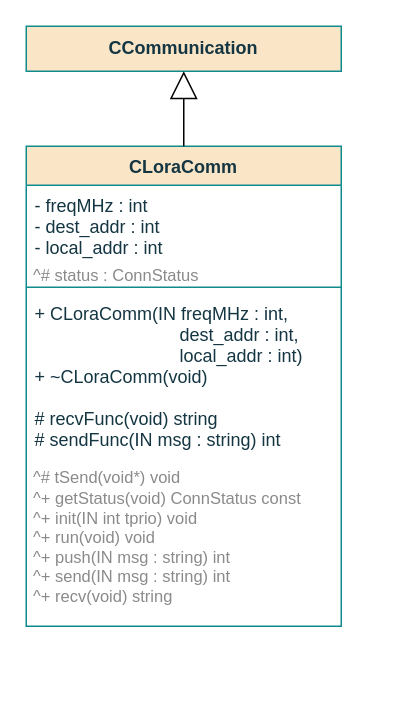
This is page "Class" (1 of 4) of documentation/flowcharts/02Classes/CLoraComm.drawio from ESRGgroup9/slipad, a draw.io file, before an edit. Source tidied: cells renumbered, new cells numbered last; positions are measured from the earlier drawing's top-left corner, leaving out a move shared by most shapes. Both pictures are drawn from the tidied source at 150%, with x=0, y=0 at pixel (26, 26).
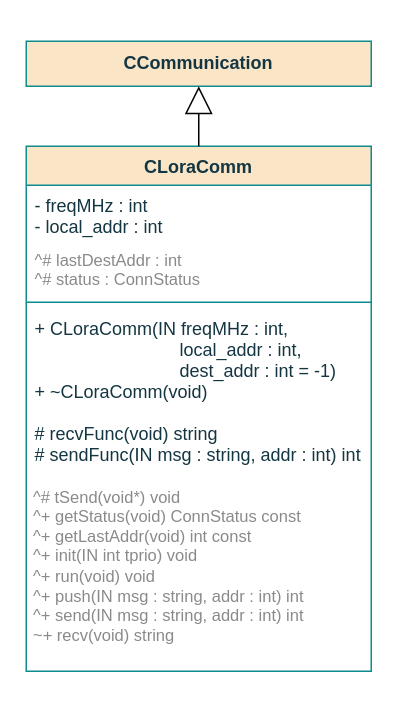
After the change.

Diff of the diagram source:
```diff
@@
 <mxGraphModel>
   <root>
     <mxCell id="0" />
     <mxCell id="1" parent="0" />
     <mxCell id="2" value="CLoraComm" style="swimlane;fontStyle=1;align=center;verticalAlign=top;horizontal=1;startSize=26;fillColor=#FAE5C7;strokeColor=#0F8B8D;fontColor=#143642;" parent="1" vertex="1">
-      <mxGeometry y="80" width="210" height="320" as="geometry" />
+      <mxGeometry y="80" width="230" height="350" as="geometry" />
     </mxCell>
-    <mxCell id="3" value="- freqMHz : int&#10;- dest_addr : int&#10;- local_addr : int&#10;&#10;&#10;&#10;&#10;&#10;" style="text;strokeColor=none;fillColor=none;align=left;verticalAlign=top;spacingLeft=4;spacingRight=4;overflow=hidden;fontColor=#143642;" parent="2" vertex="1">
-      <mxGeometry y="26" width="210" height="64" as="geometry" />
+    <mxCell id="3" value="- freqMHz : int&#10;- local_addr : int&#10;&#10;&#10;&#10;&#10;&#10;" style="text;strokeColor=none;fillColor=none;align=left;verticalAlign=top;spacingLeft=4;spacingRight=4;overflow=hidden;fontColor=#143642;" parent="2" vertex="1">
+      <mxGeometry y="26" width="230" height="74" as="geometry" />
     </mxCell>
     <mxCell id="4" style="line;strokeWidth=1;fillColor=none;align=left;verticalAlign=middle;spacingTop=-1;spacingLeft=3;spacingRight=3;labelPosition=right;labelBackgroundColor=#DAD2D8;strokeColor=#0F8B8D;fontColor=#143642;" parent="2" vertex="1">
-      <mxGeometry y="90" width="210" height="8" as="geometry" />
+      <mxGeometry y="100" width="230" height="8" as="geometry" />
     </mxCell>
-    <mxCell id="5" value="+ CLoraComm(IN freqMHz : int,&#10;                             dest_addr : int,&#10;                             local_addr : int)&#10;+ ~CLoraComm(void)&#10;&#10;# recvFunc(void) string&#10;# sendFunc(IN msg : string) int &#10;&#10;&#10;&#10;" style="text;strokeColor=none;fillColor=none;align=left;verticalAlign=top;spacingLeft=4;spacingRight=4;overflow=hidden;fontColor=#143642;" parent="2" vertex="1">
-      <mxGeometry y="98" width="210" height="222" as="geometry" />
+    <mxCell id="5" value="+ CLoraComm(IN freqMHz : int,&#10;                             local_addr : int,&#10;                             dest_addr : int = -1)&#10;+ ~CLoraComm(void)&#10;&#10;# recvFunc(void) string&#10;# sendFunc(IN msg : string, addr : int) int &#10;&#10;&#10;&#10;" style="text;strokeColor=none;fillColor=none;align=left;verticalAlign=top;spacingLeft=4;spacingRight=4;overflow=hidden;fontColor=#143642;" parent="2" vertex="1">
+      <mxGeometry y="108" width="230" height="242" as="geometry" />
     </mxCell>
     <mxCell id="6" value="CCommunication" style="rounded=0;whiteSpace=wrap;html=1;sketch=0;fontColor=#143642;strokeColor=#0F8B8D;fillColor=#FAE5C7;fontStyle=1;" parent="1" vertex="1">
-      <mxGeometry width="210" height="30" as="geometry" />
+      <mxGeometry y="10" width="230" height="30" as="geometry" />
     </mxCell>
     <mxCell id="7" style="endArrow=block;endSize=16;endFill=0;html=1;rounded=0;exitX=0.5;exitY=0;exitDx=0;exitDy=0;entryX=0.5;entryY=1;entryDx=0;entryDy=0;" parent="1" edge="1" source="2" target="6">
       <mxGeometry relative="1" as="geometry" />
     </mxCell>
-    <mxCell id="8" value="&lt;div style=&quot;font-size: 11px&quot;&gt;&lt;font style=&quot;font-size: 11px&quot; color=&quot;#8A8A8A&quot;&gt;^# tSend(void*) void&lt;br&gt;&lt;/font&gt;&lt;/div&gt;&lt;div style=&quot;font-size: 11px&quot;&gt;&lt;font style=&quot;font-size: 11px&quot; color=&quot;#8A8A8A&quot;&gt;^+ getStatus(void) ConnStatus const&lt;br style=&quot;font-size: 11px&quot;&gt;&lt;/font&gt;&lt;/div&gt;&lt;div style=&quot;font-size: 11px&quot;&gt;&lt;div style=&quot;font-size: 11px&quot;&gt;&lt;font style=&quot;font-size: 11px&quot; color=&quot;#8A8A8A&quot;&gt;^+ init(IN int tprio) void&lt;/font&gt;&lt;/div&gt;&lt;font style=&quot;font-size: 11px&quot; color=&quot;#8A8A8A&quot;&gt;^+ run(void) void&lt;/font&gt;&lt;/div&gt;&lt;font style=&quot;font-size: 11px&quot; color=&quot;#8A8A8A&quot;&gt;^+ push(IN msg : string) int&lt;br style=&quot;font-size: 11px&quot;&gt;^+ send(IN msg : string) int&lt;br style=&quot;font-size: 11px&quot;&gt;^+ recv(void) string&lt;/font&gt;" style="text;html=1;align=left;verticalAlign=middle;strokeColor=none;fillColor=none;opacity=10;fontSize=11;" parent="1" vertex="1">
-      <mxGeometry x="3" y="286" width="210" height="110" as="geometry" />
+    <mxCell id="8" value="&lt;div style=&quot;font-size: 11px&quot;&gt;&lt;font style=&quot;font-size: 11px&quot; color=&quot;#8A8A8A&quot;&gt;^# tSend(void*) void&lt;br&gt;&lt;/font&gt;&lt;/div&gt;&lt;font color=&quot;#8A8A8A&quot;&gt;^+ getStatus(void) ConnStatus const&lt;br&gt;^+ getLastAddr(void) int const&lt;br&gt;^+ init(IN int tprio) void&lt;br&gt;^+ run(void) void&lt;br&gt;^+ push(IN msg : string, addr : int) int&lt;br&gt;^+ send(IN msg : string, addr : int) int&lt;br&gt;~+ recv(void) string&lt;/font&gt;&lt;font style=&quot;font-size: 11px&quot; color=&quot;#8A8A8A&quot;&gt;&lt;/font&gt;" style="text;html=1;align=left;verticalAlign=middle;strokeColor=none;fillColor=none;opacity=10;fontSize=11;" parent="1" vertex="1">
+      <mxGeometry x="3" y="300" width="210" height="120" as="geometry" />
     </mxCell>
-    <mxCell id="9" value="&lt;br&gt;&lt;div&gt;&lt;font style=&quot;font-size: 11px&quot; color=&quot;#8A8A8A&quot;&gt;^# status : ConnStatus&lt;br&gt;&lt;/font&gt;&lt;/div&gt;" style="text;html=1;align=left;verticalAlign=middle;strokeColor=none;fillColor=none;opacity=10;fontSize=11;" parent="1" vertex="1">
-      <mxGeometry x="3" y="144" width="140" height="30" as="geometry" />
+    <mxCell id="9" value="&lt;br&gt;&lt;div&gt;&lt;font style=&quot;font-size: 11px&quot; color=&quot;#8A8A8A&quot;&gt;^# lastDestAddr : int&lt;br&gt;&lt;/font&gt;&lt;/div&gt;&lt;div&gt;&lt;font style=&quot;font-size: 11px&quot; color=&quot;#8A8A8A&quot;&gt;^# status : ConnStatus&lt;br&gt;&lt;/font&gt;&lt;/div&gt;" style="text;html=1;align=left;verticalAlign=middle;strokeColor=none;fillColor=none;opacity=10;fontSize=11;" parent="1" vertex="1">
+      <mxGeometry x="4" y="131" width="140" height="50" as="geometry" />
     </mxCell>
   </root>
 </mxGraphModel>
```
